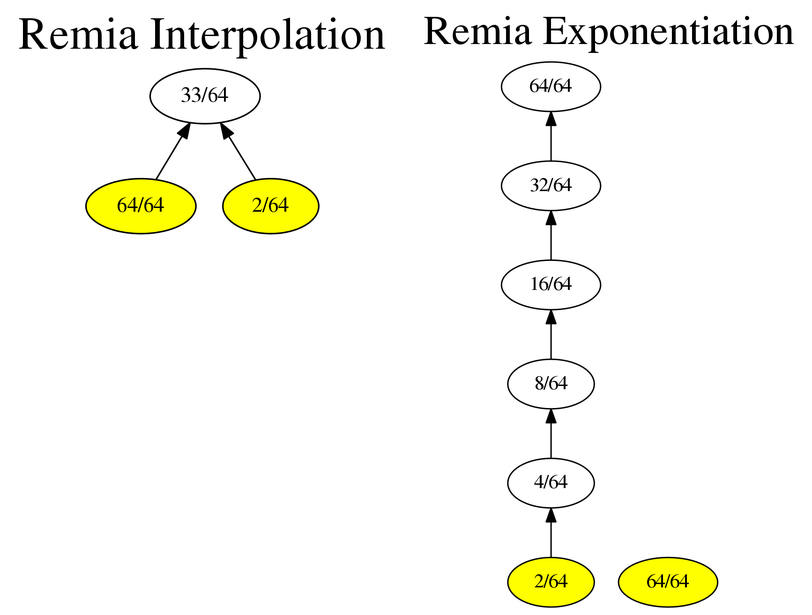
The Graphviz diagram GuiTool/image/Remia/RemiaDot.png in iitramar/guiTool, before a commit. Its source is kept beside it as GuiTool/image/Remia/RemiaDot.dot.
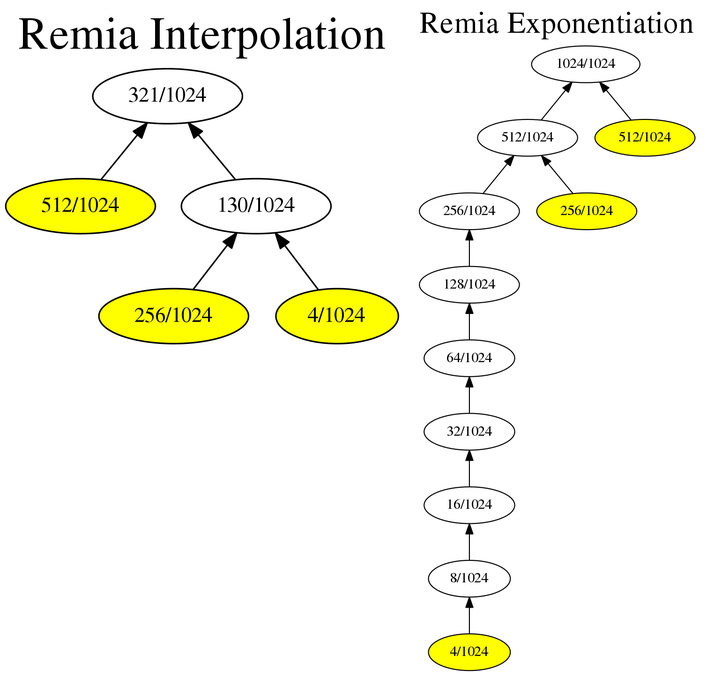
The same file after the commit.

What changed in the source:
```diff
@@ -1,11 +1,16 @@
 digraph G {
 rankdir = BT;
 graph [label= "Remia Interpolation", labelloc=t, fontsize=30];
-1[label= " 33/64 " ];
-2[label= " 64/64 " ];
+1[label= " 321/1024 " ];
+2[label= " 512/1024 " ];
 2->1
-3[label= " 2/64 " ];
+3[label= " 130/1024 " ];
 3->1
 2[style=filled, fillcolor=yellow];
-3[style=filled, fillcolor=yellow];
+6[label= " 256/1024 " ];
+6->3
+7[label= " 4/1024 " ];
+7->3
+6[style=filled, fillcolor=yellow];
+7[style=filled, fillcolor=yellow];
 }
```
